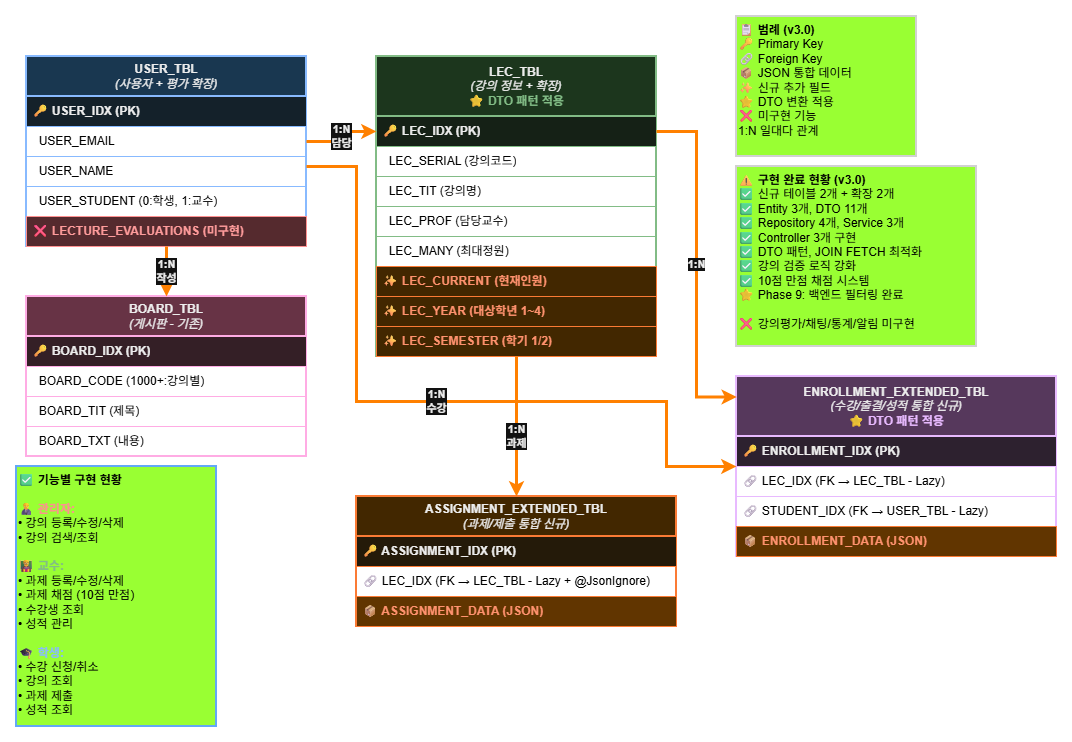
This is backend/BlueCrab/docs/강의관련기능/ERD_Diagram.drawio.png from hooting76/blue-crab-lms, a draw.io export, as it was before one commit. Source tidied: cells renumbered, new cells last; positions are measured from the earlier drawing's top-left corner, leaving out a move shared by most shapes.
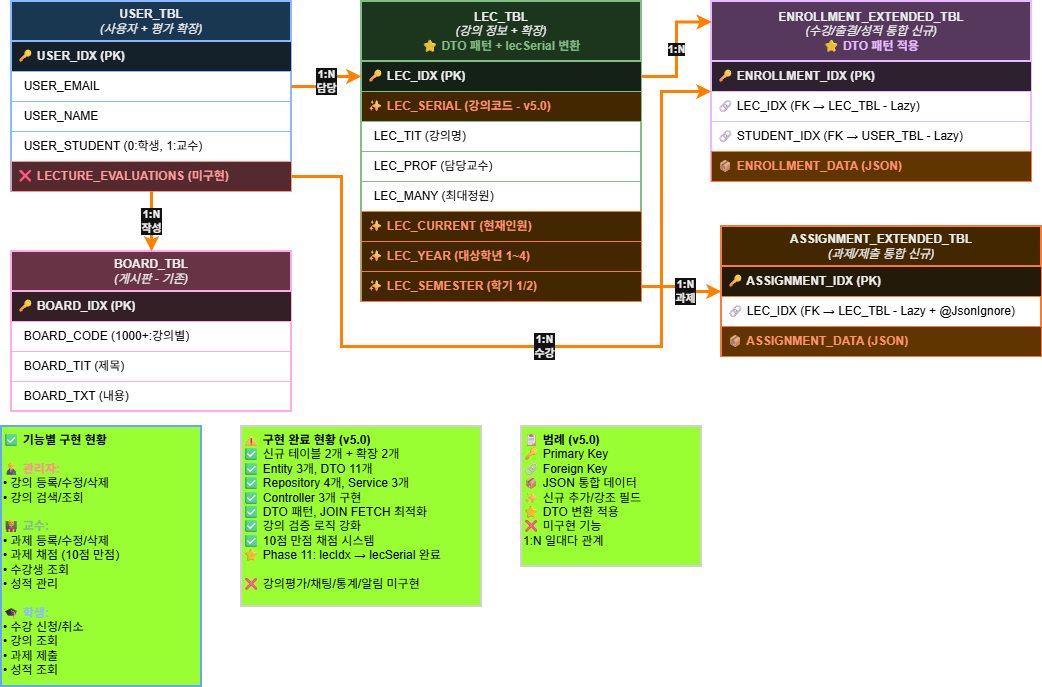
Later version of the same file.

Commit message:
다이어그램 업데이트

The edit, as a diff of the source:
```diff
@@ -3,7 +3,7 @@
     <mxCell id="0" />
     <mxCell id="1" parent="0" />
     <mxCell id="2" value="&lt;b&gt;USER_TBL&lt;/b&gt;&lt;br&gt;&lt;i&gt;(사용자 + 평가 확장)&lt;/i&gt;" style="swimlane;fontStyle=0;horizontal=1;startSize=40;whiteSpace=wrap;html=1;fillColor=#BBDEFB;strokeColor=#0D47A1;strokeWidth=2;labelBackgroundColor=none;fontColor=#000000;" parent="1" vertex="1">
-      <mxGeometry x="10" y="40" width="280" height="190" as="geometry" />
+      <mxGeometry x="10" y="-25" width="280" height="190" as="geometry" />
     </mxCell>
     <mxCell id="3" value="🔑 USER_IDX (PK)" style="text;strokeColor=#0D47A1;strokeWidth=1;fillColor=#E3F2FD;align=left;verticalAlign=middle;spacingLeft=4;spacingRight=4;overflow=hidden;whiteSpace=wrap;html=1;fontStyle=1;labelBackgroundColor=none;fontColor=#000000;" parent="2" vertex="1">
       <mxGeometry y="40" width="280" height="30" as="geometry" />
@@ -20,13 +20,13 @@
     <mxCell id="7" value="❌ LECTURE_EVALUATIONS (미구현)" style="text;strokeColor=#C62828;strokeWidth=1;fillColor=#FFCDD2;align=left;verticalAlign=middle;spacingLeft=4;spacingRight=4;overflow=hidden;whiteSpace=wrap;html=1;fontStyle=1;labelBackgroundColor=none;fontColor=#B71C1C;" parent="2" vertex="1">
       <mxGeometry y="160" width="280" height="30" as="geometry" />
     </mxCell>
-    <mxCell id="8" value="&lt;b&gt;LEC_TBL&lt;/b&gt;&lt;br&gt;&lt;i&gt;(강의 정보 + 확장)&lt;/i&gt;&lt;br&gt;&lt;span style=&quot;color:#1B5E20;font-weight:bold;&quot;&gt;⭐ DTO 패턴 적용&lt;/span&gt;" style="swimlane;fontStyle=0;horizontal=1;startSize=60;whiteSpace=wrap;html=1;fillColor=#C8E6C9;strokeColor=#1B5E20;strokeWidth=2;labelBackgroundColor=none;fontColor=#000000;" parent="1" vertex="1">
-      <mxGeometry x="360" y="40" width="280" height="300" as="geometry" />
+    <mxCell id="8" value="&lt;b&gt;LEC_TBL&lt;/b&gt;&lt;br&gt;&lt;i&gt;(강의 정보 + 확장)&lt;/i&gt;&lt;br&gt;&lt;span style=&quot;color:#1B5E20;font-weight:bold;&quot;&gt;⭐ DTO 패턴 + lecSerial 변환&lt;/span&gt;" style="swimlane;fontStyle=0;horizontal=1;startSize=60;whiteSpace=wrap;html=1;fillColor=#C8E6C9;strokeColor=#1B5E20;strokeWidth=2;labelBackgroundColor=none;fontColor=#000000;" parent="1" vertex="1">
+      <mxGeometry x="360" y="-25" width="280" height="300" as="geometry" />
     </mxCell>
     <mxCell id="9" value="🔑 LEC_IDX (PK)" style="text;strokeColor=#1B5E20;strokeWidth=1;fillColor=#E8F5E9;align=left;verticalAlign=middle;spacingLeft=4;spacingRight=4;overflow=hidden;whiteSpace=wrap;html=1;fontStyle=1;labelBackgroundColor=none;fontColor=#000000;" parent="8" vertex="1">
       <mxGeometry y="60" width="280" height="30" as="geometry" />
     </mxCell>
-    <mxCell id="10" value="&amp;nbsp;&amp;nbsp;LEC_SERIAL (강의코드)" style="text;strokeColor=#1B5E20;strokeWidth=1;fillColor=none;align=left;verticalAlign=middle;spacingLeft=4;spacingRight=4;overflow=hidden;whiteSpace=wrap;html=1;labelBackgroundColor=none;fontColor=light-dark(#000000,#000000);" parent="8" vertex="1">
+    <mxCell id="10" value="✨ LEC_SERIAL (강의코드 - v5.0)" style="text;strokeColor=#1B5E20;strokeWidth=1;fillColor=#FFE0B2;align=left;verticalAlign=middle;spacingLeft=4;spacingRight=4;overflow=hidden;whiteSpace=wrap;html=1;fontStyle=1;labelBackgroundColor=none;fontColor=#BF360C;" parent="8" vertex="1">
       <mxGeometry y="90" width="280" height="30" as="geometry" />
     </mxCell>
     <mxCell id="11" value="&amp;nbsp;&amp;nbsp;LEC_TIT (강의명)" style="text;strokeColor=#1B5E20;strokeWidth=1;fillColor=none;align=left;verticalAlign=middle;spacingLeft=4;spacingRight=4;overflow=hidden;whiteSpace=wrap;html=1;labelBackgroundColor=none;fontColor=light-dark(#000000,#000000);" parent="8" vertex="1">
@@ -48,7 +48,7 @@
       <mxGeometry y="270" width="280" height="30" as="geometry" />
     </mxCell>
     <mxCell id="17" value="&lt;b&gt;ENROLLMENT_EXTENDED_TBL&lt;/b&gt;&lt;br&gt;&lt;i&gt;(수강/출결/성적 통합 신규)&lt;/i&gt;&lt;br&gt;&lt;span style=&quot;color:#4A148C;font-weight:bold;&quot;&gt;⭐ DTO 패턴 적용&lt;/span&gt;" style="swimlane;fontStyle=0;horizontal=1;startSize=60;whiteSpace=wrap;html=1;fillColor=#E1BEE7;strokeColor=#4A148C;strokeWidth=2;labelBackgroundColor=none;fontColor=#000000;" parent="1" vertex="1">
-      <mxGeometry x="720" y="360" width="320" height="180" as="geometry" />
+      <mxGeometry x="710" y="-25" width="320" height="180" as="geometry" />
     </mxCell>
     <mxCell id="18" value="🔑 ENROLLMENT_IDX (PK)" style="text;strokeColor=#4A148C;strokeWidth=1;fillColor=#F3E5F5;align=left;verticalAlign=middle;spacingLeft=4;spacingRight=4;overflow=hidden;whiteSpace=wrap;html=1;fontStyle=1;labelBackgroundColor=none;fontColor=#000000;" parent="17" vertex="1">
       <mxGeometry y="60" width="320" height="30" as="geometry" />
@@ -63,7 +63,7 @@
       <mxGeometry y="150" width="320" height="30" as="geometry" />
     </mxCell>
     <mxCell id="22" value="&lt;b&gt;ASSIGNMENT_EXTENDED_TBL&lt;/b&gt;&lt;br&gt;&lt;i&gt;(과제/제출 통합 신규)&lt;/i&gt;" style="swimlane;fontStyle=0;horizontal=1;startSize=40;whiteSpace=wrap;html=1;fillColor=#FFE0B2;strokeColor=#E65100;strokeWidth=2;labelBackgroundColor=none;fontColor=#000000;" parent="1" vertex="1">
-      <mxGeometry x="340" y="480" width="320" height="130" as="geometry" />
+      <mxGeometry x="720" y="200" width="320" height="130" as="geometry" />
     </mxCell>
     <mxCell id="23" value="🔑 ASSIGNMENT_IDX (PK)" style="text;strokeColor=#E65100;strokeWidth=1;fillColor=#FFF3E0;align=left;verticalAlign=middle;spacingLeft=4;spacingRight=4;overflow=hidden;whiteSpace=wrap;html=1;fontStyle=1;labelBackgroundColor=none;fontColor=#000000;" parent="22" vertex="1">
       <mxGeometry y="40" width="320" height="30" as="geometry" />
@@ -75,7 +75,7 @@
       <mxGeometry y="100" width="320" height="30" as="geometry" />
     </mxCell>
     <mxCell id="26" value="&lt;b&gt;BOARD_TBL&lt;/b&gt;&lt;br&gt;&lt;i&gt;(게시판 - 기존)&lt;/i&gt;" style="swimlane;fontStyle=0;horizontal=1;startSize=40;whiteSpace=wrap;html=1;fillColor=#F8BBD0;strokeColor=#880E4F;strokeWidth=2;fontColor=#000000;labelBackgroundColor=none;" parent="1" vertex="1">
-      <mxGeometry x="10" y="280" width="280" height="160" as="geometry" />
+      <mxGeometry x="10" y="225" width="280" height="160" as="geometry" />
     </mxCell>
     <mxCell id="27" value="🔑 BOARD_IDX (PK)" style="text;strokeColor=#880E4F;strokeWidth=1;fillColor=#FCE4EC;align=left;verticalAlign=middle;spacingLeft=4;spacingRight=4;overflow=hidden;whiteSpace=wrap;html=1;fontStyle=1;labelBackgroundColor=none;fontColor=#000000;" parent="26" vertex="1">
       <mxGeometry y="40" width="280" height="30" as="geometry" />
@@ -97,29 +97,29 @@
         <mxPoint x="290" y="150" as="sourcePoint" />
         <Array as="points">
           <mxPoint x="340" y="150" />
-          <mxPoint x="340" y="385" />
-          <mxPoint x="650" y="385" />
-          <mxPoint x="650" y="450" />
+          <mxPoint x="340" y="320" />
+          <mxPoint x="660" y="320" />
+          <mxPoint x="660" y="65" />
         </Array>
       </mxGeometry>
     </mxCell>
     <mxCell id="33" value="1:N" style="rounded=0;jettySize=auto;html=1;exitX=1;exitY=0.25;exitDx=0;exitDy=0;entryX=0.001;entryY=0.114;entryDx=0;entryDy=0;strokeWidth=3;strokeColor=light-dark(#212121,#FF8000);endArrow=classic;endFill=1;edgeStyle=orthogonalEdgeStyle;labelBackgroundColor=#FFFFFF;fontColor=#000000;fontStyle=1;entryPerimeter=0;" parent="1" edge="1" source="8" target="17">
       <mxGeometry relative="1" as="geometry" />
     </mxCell>
-    <mxCell id="34" value="1:N&lt;br&gt;과제" style="rounded=0;jettySize=auto;html=1;exitX=0.5;exitY=1;exitDx=0;exitDy=0;entryX=0.5;entryY=0;entryDx=0;entryDy=0;strokeWidth=3;strokeColor=light-dark(#212121,#FF8000);endArrow=classic;endFill=1;labelBackgroundColor=#FFFFFF;fontColor=#000000;fontStyle=1;edgeStyle=orthogonalEdgeStyle;" parent="1" edge="1" source="8" target="22">
+    <mxCell id="34" value="1:N&lt;br&gt;과제" style="rounded=0;jettySize=auto;html=1;exitX=1;exitY=0.5;exitDx=0;exitDy=0;entryX=0;entryY=0.5;entryDx=0;entryDy=0;strokeWidth=3;strokeColor=light-dark(#212121,#FF8000);endArrow=classic;endFill=1;labelBackgroundColor=#FFFFFF;fontColor=#000000;fontStyle=1;edgeStyle=orthogonalEdgeStyle;" parent="1" edge="1" source="16" target="22">
       <mxGeometry x="0.14" relative="1" as="geometry" />
     </mxCell>
     <mxCell id="35" value="1:N&lt;br&gt;작성" style="edgeStyle=orthogonalEdgeStyle;rounded=0;jettySize=auto;html=1;exitX=0.5;exitY=1;exitDx=0;exitDy=0;entryX=0.5;entryY=0;entryDx=0;entryDy=0;strokeWidth=3;strokeColor=light-dark(#212121,#FF8000);endArrow=classic;endFill=1;labelBackgroundColor=#FFFFFF;fontColor=#000000;fontStyle=1;" parent="1" edge="1" source="2" target="26">
       <mxGeometry relative="1" as="geometry" />
     </mxCell>
-    <mxCell id="36" value="&lt;b&gt;📋 범례 (v3.0)&lt;/b&gt;&lt;br&gt;🔑 Primary Key&lt;br&gt;🔗 Foreign Key&lt;br&gt;📦 JSON 통합 데이터&lt;br&gt;✨ 신규 추가 필드&lt;br&gt;⭐ DTO 변환 적용&lt;br&gt;❌ 미구현 기능&lt;br&gt;1:N 일대다 관계" style="text;html=1;strokeColor=#212121;strokeWidth=2;fillColor=light-dark(#FFFFFF,#99FF33);align=left;verticalAlign=top;whiteSpace=wrap;rounded=0;fontColor=light-dark(#000000,#000000);labelBackgroundColor=none;" parent="1" vertex="1">
-      <mxGeometry x="720" width="180" height="140" as="geometry" />
+    <mxCell id="36" value="&lt;b&gt;📋 범례 (v5.0)&lt;/b&gt;&lt;br&gt;🔑 Primary Key&lt;br&gt;🔗 Foreign Key&lt;br&gt;📦 JSON 통합 데이터&lt;br&gt;✨ 신규 추가/강조 필드&lt;br&gt;⭐ DTO 변환 적용&lt;br&gt;❌ 미구현 기능&lt;br&gt;1:N 일대다 관계" style="text;html=1;strokeColor=#212121;strokeWidth=2;fillColor=light-dark(#FFFFFF,#99FF33);align=left;verticalAlign=top;whiteSpace=wrap;rounded=0;fontColor=light-dark(#000000,#000000);labelBackgroundColor=none;" parent="1" vertex="1">
+      <mxGeometry x="520" y="400" width="180" height="140" as="geometry" />
     </mxCell>
-    <mxCell id="37" value="&lt;b&gt;⚠️ 구현 완료 현황 (v3.0)&lt;/b&gt;&lt;br&gt;✅ 신규 테이블 2개 + 확장 2개&lt;br&gt;✅ Entity 3개, DTO 11개&lt;br&gt;✅ Repository 4개, Service 3개&lt;br&gt;✅ Controller 3개 구현&lt;br&gt;✅ DTO 패턴, JOIN FETCH 최적화&lt;br&gt;✅ 강의 검증 로직 강화&lt;br&gt;✅ 10점 만점 채점 시스템&lt;br&gt;⭐ Phase 9: 백엔드 필터링 완료&lt;br&gt;&lt;br&gt;❌ 강의평가/채팅/통계/알림 미구현" style="text;html=1;strokeColor=#212121;strokeWidth=2;fillColor=light-dark(#FFFFFF,#99FF33);align=left;verticalAlign=top;whiteSpace=wrap;rounded=0;labelBackgroundColor=none;fontColor=light-dark(#000000,#000000);" parent="1" vertex="1">
-      <mxGeometry x="720" y="150" width="240" height="180" as="geometry" />
+    <mxCell id="37" value="&lt;b&gt;⚠️ 구현 완료 현황 (v5.0)&lt;/b&gt;&lt;br&gt;✅ 신규 테이블 2개 + 확장 2개&lt;br&gt;✅ Entity 3개, DTO 11개&lt;br&gt;✅ Repository 4개, Service 3개&lt;br&gt;✅ Controller 3개 구현&lt;br&gt;✅ DTO 패턴, JOIN FETCH 최적화&lt;br&gt;✅ 강의 검증 로직 강화&lt;br&gt;✅ 10점 만점 채점 시스템&lt;br&gt;⭐ Phase 11: lecIdx → lecSerial 완료&lt;br&gt;&lt;br&gt;❌ 강의평가/채팅/통계/알림 미구현" style="text;html=1;strokeColor=#212121;strokeWidth=2;fillColor=light-dark(#FFFFFF,#99FF33);align=left;verticalAlign=top;whiteSpace=wrap;rounded=0;labelBackgroundColor=none;fontColor=light-dark(#000000,#000000);" parent="1" vertex="1">
+      <mxGeometry x="240" y="400" width="240" height="180" as="geometry" />
     </mxCell>
     <mxCell id="38" value="&lt;b&gt;✅ 기능별 구현 현황&lt;/b&gt;&lt;br&gt;&lt;br&gt;&lt;b style=&quot;color:#C62828;&quot;&gt;👨‍💼 관리자:&lt;/b&gt;&lt;br&gt;• 강의 등록/수정/삭제&lt;br&gt;• 강의 검색/조회&lt;br&gt;&lt;br&gt;&lt;b style=&quot;color:#1B5E20;&quot;&gt;👨‍🏫 교수:&lt;/b&gt;&lt;br&gt;• 과제 등록/수정/삭제&lt;br&gt;• 과제 채점 (10점 만점)&lt;br&gt;• 수강생 조회&lt;br&gt;• 성적 관리&lt;br&gt;&lt;br&gt;&lt;b style=&quot;color:#0D47A1;&quot;&gt;🎓 학생:&lt;/b&gt;&lt;br&gt;• 수강 신청/취소&lt;br&gt;• 강의 조회&lt;br&gt;• 과제 제출&lt;br&gt;• 성적 조회" style="text;html=1;strokeColor=#1565C0;strokeWidth=2;fillColor=light-dark(#FFFFFF,#99FF33);align=left;verticalAlign=top;whiteSpace=wrap;rounded=0;labelBackgroundColor=none;fontColor=light-dark(#000000,#000000);" parent="1" vertex="1">
-      <mxGeometry y="450" width="200" height="260" as="geometry" />
+      <mxGeometry y="400" width="200" height="260" as="geometry" />
     </mxCell>
   </root>
 </mxGraphModel>
```
